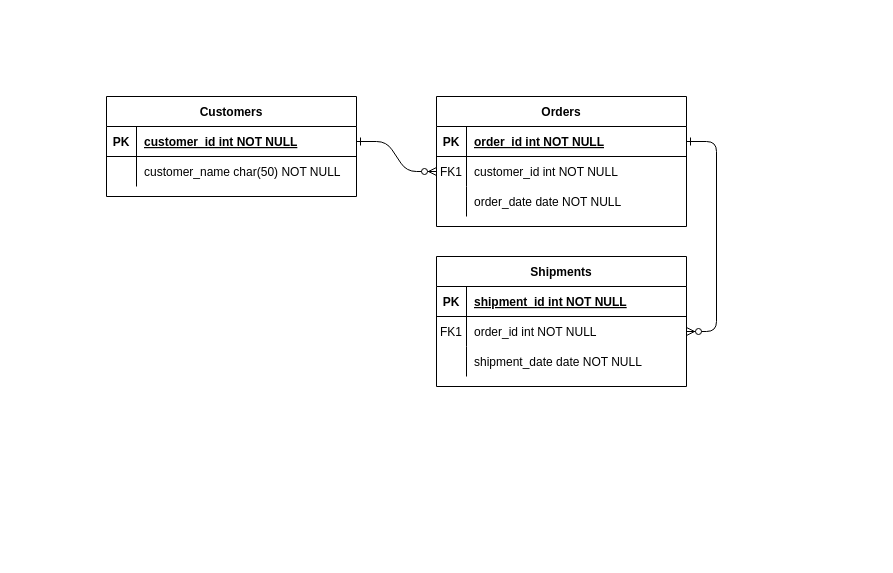
This is Checkpoint 1.drawio from joaopaulo159/DH, a draw.io file, before an edit. Source tidied: cells renumbered, new cells numbered last; positions are measured from the earlier drawing's top-left corner, leaving out a move shared by most shapes. Both pictures are drawn from the tidied source at 100%, with x=0, y=0 at pixel (106, 96).
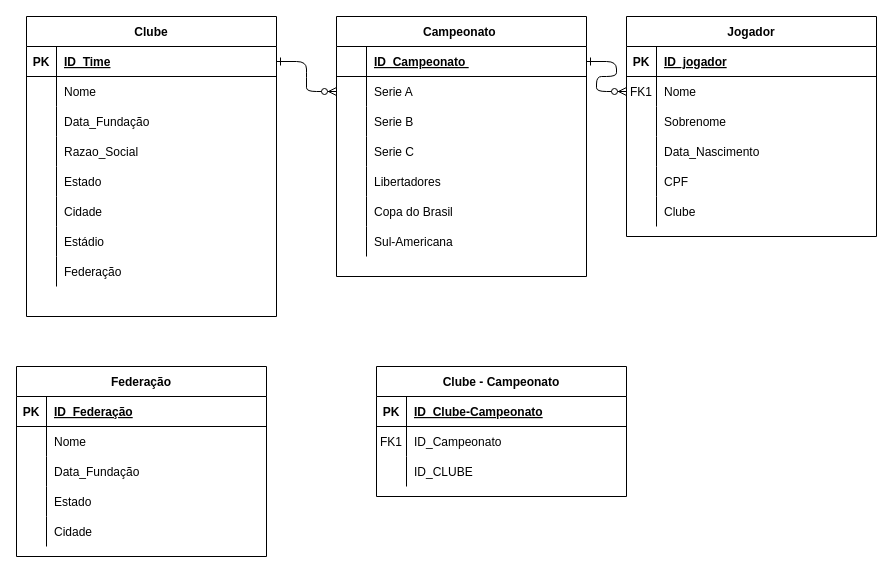
The same page after the edit.

Unchanged cells that the change refers to:
```xml
<mxCell id="5" style="shape=partialRectangle;fillColor=none;points=[[0,0.5],[1,0.5]];portConstraint=eastwest;top=0;left=0;right=0;bottom=1;" parent="4" vertex="1">
  <mxGeometry y="30" width="250" height="30" as="geometry" />
</mxCell>
<mxCell id="8" style="shape=partialRectangle;fillColor=none;points=[[0,0.5],[1,0.5]];portConstraint=eastwest;top=0;left=0;right=0;bottom=0;" parent="4" vertex="1">
  <mxGeometry y="60" width="250" height="30" as="geometry" />
</mxCell>
<mxCell id="11" style="shape=partialRectangle;fillColor=none;top=0;left=0;right=0;bottom=0;" parent="4" vertex="1">
  <mxGeometry y="90" width="250" height="30" as="geometry" />
</mxCell>
<mxCell id="15" style="shape=partialRectangle;fillColor=none;top=0;left=0;right=0;bottom=1;" parent="14" vertex="1">
  <mxGeometry y="30" width="250" height="30" as="geometry" />
</mxCell>
<mxCell id="18" style="shape=partialRectangle;fillColor=none;points=[[0,0.5],[1,0.5]];portConstraint=eastwest;top=0;left=0;right=0;bottom=0;" parent="14" vertex="1">
  <mxGeometry y="60" width="250" height="30" as="geometry" />
</mxCell>
<mxCell id="21" style="shape=partialRectangle;fillColor=none;top=0;left=0;right=0;bottom=0;" parent="14" vertex="1">
  <mxGeometry y="90" width="250" height="30" as="geometry" />
</mxCell>
<mxCell id="25" style="shape=partialRectangle;fillColor=none;points=[[0,0.5],[1,0.5]];portConstraint=eastwest;top=0;left=0;right=0;bottom=1;" parent="24" vertex="1">
  <mxGeometry y="30" width="250" height="30" as="geometry" />
</mxCell>
<mxCell id="28" style="shape=partialRectangle;fillColor=none;top=0;left=0;right=0;bottom=0;" parent="24" vertex="1">
  <mxGeometry y="60" width="250" height="30" as="geometry" />
</mxCell>
```

What changed in the source:
```diff
@@
-    <mxCell id="4" value="Orders" style="shape=table;startSize=30;childLayout=tableLayout;rowLines=0;fontStyle=1;align=center;" parent="1" vertex="1">
-      <mxGeometry x="330" width="250" height="130" as="geometry" />
+    <mxCell id="4" value="Campeonato " style="shape=table;startSize=30;childLayout=tableLayout;rowLines=0;fontStyle=1;align=center;" parent="1" vertex="1">
+      <mxGeometry x="230" y="-80" width="250" height="260" as="geometry" />
     </mxCell>
@@
-    <mxCell id="6" value="PK" style="shape=partialRectangle;overflow=hidden;fillColor=none;top=0;left=0;bottom=0;right=0;fontStyle=1;" parent="5" vertex="1">
+    <mxCell id="6" style="shape=partialRectangle;overflow=hidden;fillColor=none;top=0;left=0;bottom=0;right=0;fontStyle=1;" parent="5" vertex="1">
       <mxGeometry width="30" height="30" as="geometry" />
     </mxCell>
-    <mxCell id="7" value="order_id int NOT NULL " style="shape=partialRectangle;overflow=hidden;fillColor=none;top=0;left=0;bottom=0;right=0;align=left;spacingLeft=6;fontStyle=5;" parent="5" vertex="1">
+    <mxCell id="7" value="ID_Campeonato " style="shape=partialRectangle;overflow=hidden;fillColor=none;top=0;left=0;bottom=0;right=0;align=left;spacingLeft=6;fontStyle=5;" parent="5" vertex="1">
       <mxGeometry x="30" width="220" height="30" as="geometry" />
     </mxCell>
@@
-    <mxCell id="9" value="FK1" style="shape=partialRectangle;overflow=hidden;fillColor=none;top=0;left=0;bottom=0;right=0;" parent="8" vertex="1">
+    <mxCell id="9" style="shape=partialRectangle;overflow=hidden;fillColor=none;top=0;left=0;bottom=0;right=0;" parent="8" vertex="1">
       <mxGeometry width="30" height="30" as="geometry" />
     </mxCell>
-    <mxCell id="10" value="customer_id int NOT NULL" style="shape=partialRectangle;overflow=hidden;fillColor=none;top=0;left=0;bottom=0;right=0;align=left;spacingLeft=6;" parent="8" vertex="1">
+    <mxCell id="10" value="Serie A" style="shape=partialRectangle;overflow=hidden;fillColor=none;top=0;left=0;bottom=0;right=0;align=left;spacingLeft=6;" parent="8" vertex="1">
       <mxGeometry x="30" width="220" height="30" as="geometry" />
     </mxCell>
@@
-    <mxCell id="13" value="order_date date NOT NULL" style="shape=partialRectangle;overflow=hidden;fillColor=none;top=0;left=0;bottom=0;right=0;align=left;spacingLeft=6;" parent="11" vertex="1">
+    <mxCell id="13" value="Serie B" style="shape=partialRectangle;overflow=hidden;fillColor=none;top=0;left=0;bottom=0;right=0;align=left;spacingLeft=6;" parent="11" vertex="1">
       <mxGeometry x="30" width="220" height="30" as="geometry" />
     </mxCell>
+    <mxCell id="31" style="shape=partialRectangle;fillColor=none;top=0;left=0;right=0;bottom=0;" parent="4" vertex="1">
+      <mxGeometry y="120" width="250" height="30" as="geometry" />
+    </mxCell>
+    <mxCell id="32" style="shape=partialRectangle;overflow=hidden;fillColor=none;top=0;left=0;bottom=0;right=0;" parent="31" vertex="1">
+      <mxGeometry width="30" height="30" as="geometry" />
+    </mxCell>
+    <mxCell id="33" value="Serie C" style="shape=partialRectangle;overflow=hidden;fillColor=none;top=0;left=0;bottom=0;right=0;align=left;spacingLeft=6;" parent="31" vertex="1">
+      <mxGeometry x="30" width="220" height="30" as="geometry" />
+    </mxCell>
+    <mxCell id="34" style="shape=partialRectangle;fillColor=none;top=0;left=0;right=0;bottom=0;" parent="4" vertex="1">
+      <mxGeometry y="150" width="250" height="30" as="geometry" />
+    </mxCell>
+    <mxCell id="35" style="shape=partialRectangle;overflow=hidden;fillColor=none;top=0;left=0;bottom=0;right=0;" parent="34" vertex="1">
+      <mxGeometry width="30" height="30" as="geometry" />
+    </mxCell>
+    <mxCell id="36" value="Libertadores" style="shape=partialRectangle;overflow=hidden;fillColor=none;top=0;left=0;bottom=0;right=0;align=left;spacingLeft=6;" parent="34" vertex="1">
+      <mxGeometry x="30" width="220" height="30" as="geometry" />
+    </mxCell>
+    <mxCell id="37" style="shape=partialRectangle;fillColor=none;top=0;left=0;right=0;bottom=0;" parent="4" vertex="1">
+      <mxGeometry y="180" width="250" height="30" as="geometry" />
+    </mxCell>
+    <mxCell id="38" style="shape=partialRectangle;overflow=hidden;fillColor=none;top=0;left=0;bottom=0;right=0;" parent="37" vertex="1">
+      <mxGeometry width="30" height="30" as="geometry" />
+    </mxCell>
+    <mxCell id="39" value="Copa do Brasil " style="shape=partialRectangle;overflow=hidden;fillColor=none;top=0;left=0;bottom=0;right=0;align=left;spacingLeft=6;" parent="37" vertex="1">
+      <mxGeometry x="30" width="220" height="30" as="geometry" />
+    </mxCell>
+    <mxCell id="40" style="shape=partialRectangle;fillColor=none;top=0;left=0;right=0;bottom=0;" parent="4" vertex="1">
+      <mxGeometry y="210" width="250" height="30" as="geometry" />
+    </mxCell>
+    <mxCell id="41" style="shape=partialRectangle;overflow=hidden;fillColor=none;top=0;left=0;bottom=0;right=0;" parent="40" vertex="1">
+      <mxGeometry width="30" height="30" as="geometry" />
+    </mxCell>
+    <mxCell id="42" value="Sul-Americana" style="shape=partialRectangle;overflow=hidden;fillColor=none;top=0;left=0;bottom=0;right=0;align=left;spacingLeft=6;" parent="40" vertex="1">
+      <mxGeometry x="30" width="220" height="30" as="geometry" />
+    </mxCell>
-    <mxCell id="14" value="Shipments" style="shape=table;startSize=30;childLayout=tableLayout;rowLines=0;fontStyle=1;align=center;" parent="1" vertex="1">
-      <mxGeometry x="330" y="160" width="250" height="130" as="geometry" />
+    <mxCell id="14" value="Jogador" style="shape=table;startSize=30;childLayout=tableLayout;rowLines=0;fontStyle=1;align=center;" parent="1" vertex="1">
+      <mxGeometry x="520" y="-80" width="250" height="220" as="geometry" />
     </mxCell>
@@
-    <mxCell id="17" value="shipment_id int NOT NULL " style="shape=partialRectangle;overflow=hidden;fillColor=none;top=0;left=0;bottom=0;right=0;align=left;spacingLeft=6;fontStyle=5;" parent="15" vertex="1">
+    <mxCell id="17" value="ID_jogador" style="shape=partialRectangle;overflow=hidden;fillColor=none;top=0;left=0;bottom=0;right=0;align=left;spacingLeft=6;fontStyle=5;" parent="15" vertex="1">
       <mxGeometry x="30" width="220" height="30" as="geometry" />
     </mxCell>
@@
-    <mxCell id="20" value="order_id int NOT NULL" style="shape=partialRectangle;overflow=hidden;fillColor=none;top=0;left=0;bottom=0;right=0;align=left;spacingLeft=6;" parent="18" vertex="1">
+    <mxCell id="20" value="Nome" style="shape=partialRectangle;overflow=hidden;fillColor=none;top=0;left=0;bottom=0;right=0;align=left;spacingLeft=6;" parent="18" vertex="1">
       <mxGeometry x="30" width="220" height="30" as="geometry" />
     </mxCell>
@@
-    <mxCell id="23" value="shipment_date date NOT NULL" style="shape=partialRectangle;overflow=hidden;fillColor=none;top=0;left=0;bottom=0;right=0;align=left;spacingLeft=6;" parent="21" vertex="1">
+    <mxCell id="23" value="Sobrenome" style="shape=partialRectangle;overflow=hidden;fillColor=none;top=0;left=0;bottom=0;right=0;align=left;spacingLeft=6;" parent="21" vertex="1">
       <mxGeometry x="30" width="220" height="30" as="geometry" />
     </mxCell>
+    <mxCell id="43" style="shape=partialRectangle;fillColor=none;top=0;left=0;right=0;bottom=0;" parent="14" vertex="1">
+      <mxGeometry y="120" width="250" height="30" as="geometry" />
+    </mxCell>
+    <mxCell id="44" style="shape=partialRectangle;overflow=hidden;fillColor=none;top=0;left=0;bottom=0;right=0;" parent="43" vertex="1">
+      <mxGeometry width="30" height="30" as="geometry" />
+    </mxCell>
+    <mxCell id="45" value="Data_Nascimento" style="shape=partialRectangle;overflow=hidden;fillColor=none;top=0;left=0;bottom=0;right=0;align=left;spacingLeft=6;" parent="43" vertex="1">
+      <mxGeometry x="30" width="220" height="30" as="geometry" />
+    </mxCell>
+    <mxCell id="46" style="shape=partialRectangle;fillColor=none;top=0;left=0;right=0;bottom=0;" parent="14" vertex="1">
+      <mxGeometry y="150" width="250" height="30" as="geometry" />
+    </mxCell>
+    <mxCell id="47" style="shape=partialRectangle;overflow=hidden;fillColor=none;top=0;left=0;bottom=0;right=0;" parent="46" vertex="1">
+      <mxGeometry width="30" height="30" as="geometry" />
+    </mxCell>
+    <mxCell id="48" value="CPF" style="shape=partialRectangle;overflow=hidden;fillColor=none;top=0;left=0;bottom=0;right=0;align=left;spacingLeft=6;" parent="46" vertex="1">
+      <mxGeometry x="30" width="220" height="30" as="geometry" />
+    </mxCell>
+    <mxCell id="49" style="shape=partialRectangle;fillColor=none;top=0;left=0;right=0;bottom=0;" parent="14" vertex="1">
+      <mxGeometry y="180" width="250" height="30" as="geometry" />
+    </mxCell>
+    <mxCell id="50" style="shape=partialRectangle;overflow=hidden;fillColor=none;top=0;left=0;bottom=0;right=0;" parent="49" vertex="1">
+      <mxGeometry width="30" height="30" as="geometry" />
+    </mxCell>
+    <mxCell id="51" value="Clube" style="shape=partialRectangle;overflow=hidden;fillColor=none;top=0;left=0;bottom=0;right=0;align=left;spacingLeft=6;" parent="49" vertex="1">
+      <mxGeometry x="30" width="220" height="30" as="geometry" />
+    </mxCell>
-    <mxCell id="24" value="Customers" style="shape=table;startSize=30;childLayout=tableLayout;rowLines=0;fontStyle=1;align=center;" parent="1" vertex="1">
-      <mxGeometry width="250" height="100" as="geometry" />
+    <mxCell id="24" value="Clube" style="shape=table;startSize=30;childLayout=tableLayout;rowLines=0;fontStyle=1;align=center;" parent="1" vertex="1">
+      <mxGeometry x="-80" y="-80" width="250" height="300" as="geometry" />
     </mxCell>
@@
-    <mxCell id="27" value="customer_id int NOT NULL " style="shape=partialRectangle;overflow=hidden;fillColor=none;top=0;left=0;bottom=0;right=0;align=left;spacingLeft=6;fontStyle=5;" parent="25" vertex="1">
+    <mxCell id="27" value="ID_Time" style="shape=partialRectangle;overflow=hidden;fillColor=none;top=0;left=0;bottom=0;right=0;align=left;spacingLeft=6;fontStyle=5;" parent="25" vertex="1">
       <mxGeometry x="30" width="220" height="30" as="geometry" />
     </mxCell>
@@
-    <mxCell id="30" value="customer_name char(50) NOT NULL" style="shape=partialRectangle;overflow=hidden;fillColor=none;top=0;left=0;bottom=0;right=0;align=left;spacingLeft=6;" parent="28" vertex="1">
+    <mxCell id="30" value="Nome" style="shape=partialRectangle;overflow=hidden;fillColor=none;top=0;left=0;bottom=0;right=0;align=left;spacingLeft=6;" parent="28" vertex="1">
       <mxGeometry x="30" width="220" height="30" as="geometry" />
     </mxCell>
+    <mxCell id="52" style="shape=partialRectangle;fillColor=none;top=0;left=0;right=0;bottom=0;" parent="24" vertex="1">
+      <mxGeometry y="90" width="250" height="30" as="geometry" />
+    </mxCell>
+    <mxCell id="53" style="shape=partialRectangle;overflow=hidden;fillColor=none;top=0;left=0;bottom=0;right=0;" parent="52" vertex="1">
+      <mxGeometry width="30" height="30" as="geometry" />
+    </mxCell>
+    <mxCell id="54" value="Data_Fundação" style="shape=partialRectangle;overflow=hidden;fillColor=none;top=0;left=0;bottom=0;right=0;align=left;spacingLeft=6;" parent="52" vertex="1">
+      <mxGeometry x="30" width="220" height="30" as="geometry" />
+    </mxCell>
+    <mxCell id="55" style="shape=partialRectangle;fillColor=none;top=0;left=0;right=0;bottom=0;" parent="24" vertex="1">
+      <mxGeometry y="120" width="250" height="30" as="geometry" />
+    </mxCell>
+    <mxCell id="56" style="shape=partialRectangle;overflow=hidden;fillColor=none;top=0;left=0;bottom=0;right=0;" parent="55" vertex="1">
+      <mxGeometry width="30" height="30" as="geometry" />
+    </mxCell>
+    <mxCell id="57" value="Razao_Social" style="shape=partialRectangle;overflow=hidden;fillColor=none;top=0;left=0;bottom=0;right=0;align=left;spacingLeft=6;" parent="55" vertex="1">
+      <mxGeometry x="30" width="220" height="30" as="geometry" />
+    </mxCell>
+    <mxCell id="58" style="shape=partialRectangle;fillColor=none;top=0;left=0;right=0;bottom=0;" parent="24" vertex="1">
+      <mxGeometry y="150" width="250" height="30" as="geometry" />
+    </mxCell>
+    <mxCell id="59" style="shape=partialRectangle;overflow=hidden;fillColor=none;top=0;left=0;bottom=0;right=0;" parent="58" vertex="1">
+      <mxGeometry width="30" height="30" as="geometry" />
+    </mxCell>
+    <mxCell id="60" value="Estado" style="shape=partialRectangle;overflow=hidden;fillColor=none;top=0;left=0;bottom=0;right=0;align=left;spacingLeft=6;" parent="58" vertex="1">
+      <mxGeometry x="30" width="220" height="30" as="geometry" />
+    </mxCell>
+    <mxCell id="61" style="shape=partialRectangle;fillColor=none;top=0;left=0;right=0;bottom=0;" parent="24" vertex="1">
+      <mxGeometry y="180" width="250" height="30" as="geometry" />
+    </mxCell>
+    <mxCell id="62" style="shape=partialRectangle;overflow=hidden;fillColor=none;top=0;left=0;bottom=0;right=0;" parent="61" vertex="1">
+      <mxGeometry width="30" height="30" as="geometry" />
+    </mxCell>
+    <mxCell id="63" value="Cidade" style="shape=partialRectangle;overflow=hidden;fillColor=none;top=0;left=0;bottom=0;right=0;align=left;spacingLeft=6;" parent="61" vertex="1">
+      <mxGeometry x="30" width="220" height="30" as="geometry" />
+    </mxCell>
+    <mxCell id="64" style="shape=partialRectangle;fillColor=none;top=0;left=0;right=0;bottom=0;" parent="24" vertex="1">
+      <mxGeometry y="210" width="250" height="30" as="geometry" />
+    </mxCell>
+    <mxCell id="65" style="shape=partialRectangle;overflow=hidden;fillColor=none;top=0;left=0;bottom=0;right=0;" parent="64" vertex="1">
+      <mxGeometry width="30" height="30" as="geometry" />
+    </mxCell>
+    <mxCell id="66" value="Estádio" style="shape=partialRectangle;overflow=hidden;fillColor=none;top=0;left=0;bottom=0;right=0;align=left;spacingLeft=6;" parent="64" vertex="1">
+      <mxGeometry x="30" width="220" height="30" as="geometry" />
+    </mxCell>
+    <mxCell id="67" style="shape=partialRectangle;fillColor=none;top=0;left=0;right=0;bottom=0;" parent="24" vertex="1">
+      <mxGeometry y="240" width="250" height="30" as="geometry" />
+    </mxCell>
+    <mxCell id="68" style="shape=partialRectangle;overflow=hidden;fillColor=none;top=0;left=0;bottom=0;right=0;" parent="67" vertex="1">
+      <mxGeometry width="30" height="30" as="geometry" />
+    </mxCell>
+    <mxCell id="69" style="shape=partialRectangle;overflow=hidden;fillColor=none;top=0;left=0;bottom=0;right=0;align=left;spacingLeft=6;" parent="67" vertex="1">
+      <mxGeometry x="30" width="220" height="30" as="geometry" />
+    </mxCell>
+    <mxCell id="70" value="Federação" style="shape=table;startSize=30;childLayout=tableLayout;rowLines=0;fontStyle=1;align=center;" parent="1" vertex="1">
+      <mxGeometry x="-90" y="270" width="250" height="190" as="geometry" />
+    </mxCell>
+    <mxCell id="71" style="shape=partialRectangle;fillColor=none;top=0;left=0;right=0;bottom=1;" parent="70" vertex="1">
+      <mxGeometry y="30" width="250" height="30" as="geometry" />
+    </mxCell>
+    <mxCell id="72" value="PK" style="shape=partialRectangle;overflow=hidden;fillColor=none;top=0;left=0;bottom=0;right=0;fontStyle=1;" parent="71" vertex="1">
+      <mxGeometry width="30" height="30" as="geometry" />
+    </mxCell>
+    <mxCell id="73" value="ID_Federação" style="shape=partialRectangle;overflow=hidden;fillColor=none;top=0;left=0;bottom=0;right=0;align=left;spacingLeft=6;fontStyle=5;" parent="71" vertex="1">
+      <mxGeometry x="30" width="220" height="30" as="geometry" />
+    </mxCell>
+    <mxCell id="74" style="shape=partialRectangle;fillColor=none;top=0;left=0;right=0;bottom=0;" parent="70" vertex="1">
+      <mxGeometry y="60" width="250" height="30" as="geometry" />
+    </mxCell>
+    <mxCell id="75" style="shape=partialRectangle;overflow=hidden;fillColor=none;top=0;left=0;bottom=0;right=0;" parent="74" vertex="1">
+      <mxGeometry width="30" height="30" as="geometry" />
+    </mxCell>
+    <mxCell id="76" value="Nome" style="shape=partialRectangle;overflow=hidden;fillColor=none;top=0;left=0;bottom=0;right=0;align=left;spacingLeft=6;" parent="74" vertex="1">
+      <mxGeometry x="30" width="220" height="30" as="geometry" />
+    </mxCell>
+    <mxCell id="77" style="shape=partialRectangle;fillColor=none;top=0;left=0;right=0;bottom=0;" parent="70" vertex="1">
+      <mxGeometry y="90" width="250" height="30" as="geometry" />
+    </mxCell>
+    <mxCell id="78" style="shape=partialRectangle;overflow=hidden;fillColor=none;top=0;left=0;bottom=0;right=0;" parent="77" vertex="1">
+      <mxGeometry width="30" height="30" as="geometry" />
+    </mxCell>
+    <mxCell id="79" value="Data_Fundação" style="shape=partialRectangle;overflow=hidden;fillColor=none;top=0;left=0;bottom=0;right=0;align=left;spacingLeft=6;" parent="77" vertex="1">
+      <mxGeometry x="30" width="220" height="30" as="geometry" />
+    </mxCell>
+    <mxCell id="80" style="shape=partialRectangle;fillColor=none;top=0;left=0;right=0;bottom=0;" parent="70" vertex="1">
+      <mxGeometry y="120" width="250" height="30" as="geometry" />
+    </mxCell>
+    <mxCell id="81" style="shape=partialRectangle;overflow=hidden;fillColor=none;top=0;left=0;bottom=0;right=0;" parent="80" vertex="1">
+      <mxGeometry width="30" height="30" as="geometry" />
+    </mxCell>
+    <mxCell id="82" value="Estado" style="shape=partialRectangle;overflow=hidden;fillColor=none;top=0;left=0;bottom=0;right=0;align=left;spacingLeft=6;" parent="80" vertex="1">
+      <mxGeometry x="30" width="220" height="30" as="geometry" />
+    </mxCell>
+    <mxCell id="83" style="shape=partialRectangle;fillColor=none;top=0;left=0;right=0;bottom=0;" parent="70" vertex="1">
+      <mxGeometry y="150" width="250" height="30" as="geometry" />
+    </mxCell>
+    <mxCell id="84" style="shape=partialRectangle;overflow=hidden;fillColor=none;top=0;left=0;bottom=0;right=0;" parent="83" vertex="1">
+      <mxGeometry width="30" height="30" as="geometry" />
+    </mxCell>
+    <mxCell id="85" value="Cidade" style="shape=partialRectangle;overflow=hidden;fillColor=none;top=0;left=0;bottom=0;right=0;align=left;spacingLeft=6;" parent="83" vertex="1">
+      <mxGeometry x="30" width="220" height="30" as="geometry" />
+    </mxCell>
+    <mxCell id="86" value="Federação" style="shape=partialRectangle;overflow=hidden;fillColor=none;top=0;left=0;bottom=0;right=0;align=left;spacingLeft=6;" parent="1" vertex="1">
+      <mxGeometry x="-50" y="160" width="220" height="30" as="geometry" />
+    </mxCell>
+    <mxCell id="87" value="Clube - Campeonato" style="shape=table;startSize=30;childLayout=tableLayout;rowLines=0;fontStyle=1;align=center;" parent="1" vertex="1">
+      <mxGeometry x="270" y="270" width="250" height="130" as="geometry" />
+    </mxCell>
+    <mxCell id="88" style="shape=partialRectangle;fillColor=none;top=0;left=0;right=0;bottom=1;" parent="87" vertex="1">
+      <mxGeometry y="30" width="250" height="30" as="geometry" />
+    </mxCell>
+    <mxCell id="89" value="PK" style="shape=partialRectangle;overflow=hidden;fillColor=none;top=0;left=0;bottom=0;right=0;fontStyle=1;" parent="88" vertex="1">
+      <mxGeometry width="30" height="30" as="geometry" />
+    </mxCell>
+    <mxCell id="90" value="ID_Clube-Campeonato" style="shape=partialRectangle;overflow=hidden;fillColor=none;top=0;left=0;bottom=0;right=0;align=left;spacingLeft=6;fontStyle=5;" parent="88" vertex="1">
+      <mxGeometry x="30" width="220" height="30" as="geometry" />
+    </mxCell>
+    <mxCell id="91" style="shape=partialRectangle;fillColor=none;top=0;left=0;right=0;bottom=0;" parent="87" vertex="1">
+      <mxGeometry y="60" width="250" height="30" as="geometry" />
+    </mxCell>
+    <mxCell id="92" value="FK1" style="shape=partialRectangle;overflow=hidden;fillColor=none;top=0;left=0;bottom=0;right=0;" parent="91" vertex="1">
+      <mxGeometry width="30" height="30" as="geometry" />
+    </mxCell>
+    <mxCell id="93" value="ID_Campeonato" style="shape=partialRectangle;overflow=hidden;fillColor=none;top=0;left=0;bottom=0;right=0;align=left;spacingLeft=6;" parent="91" vertex="1">
+      <mxGeometry x="30" width="220" height="30" as="geometry" />
+    </mxCell>
+    <mxCell id="94" style="shape=partialRectangle;fillColor=none;top=0;left=0;right=0;bottom=0;" parent="87" vertex="1">
+      <mxGeometry y="90" width="250" height="30" as="geometry" />
+    </mxCell>
+    <mxCell id="95" style="shape=partialRectangle;overflow=hidden;fillColor=none;top=0;left=0;bottom=0;right=0;" parent="94" vertex="1">
+      <mxGeometry width="30" height="30" as="geometry" />
+    </mxCell>
+    <mxCell id="96" value="ID_CLUBE" style="shape=partialRectangle;overflow=hidden;fillColor=none;top=0;left=0;bottom=0;right=0;align=left;spacingLeft=6;" parent="94" vertex="1">
+      <mxGeometry x="30" width="220" height="30" as="geometry" />
+    </mxCell>
```
